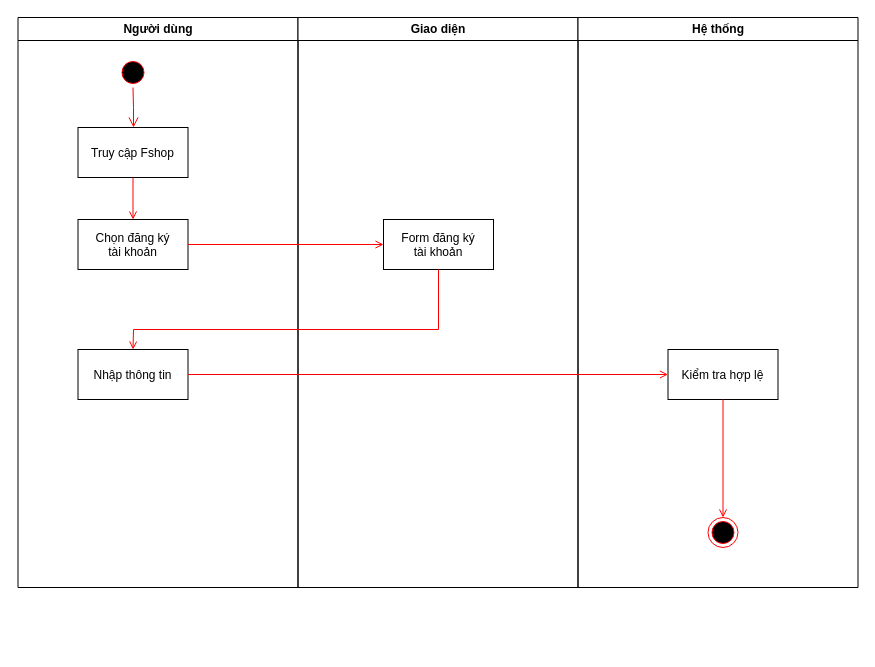
This is ActivityRegister.drawio from NguyenQuocAn99/MyDiagram, a draw.io file, before an edit. Source tidied: cells renumbered, new cells numbered last; positions are measured from the earlier drawing's top-left corner, leaving out a move shared by most shapes. Both pictures are drawn from the tidied source at 100%, with x=0, y=0 at pixel (17, 17).
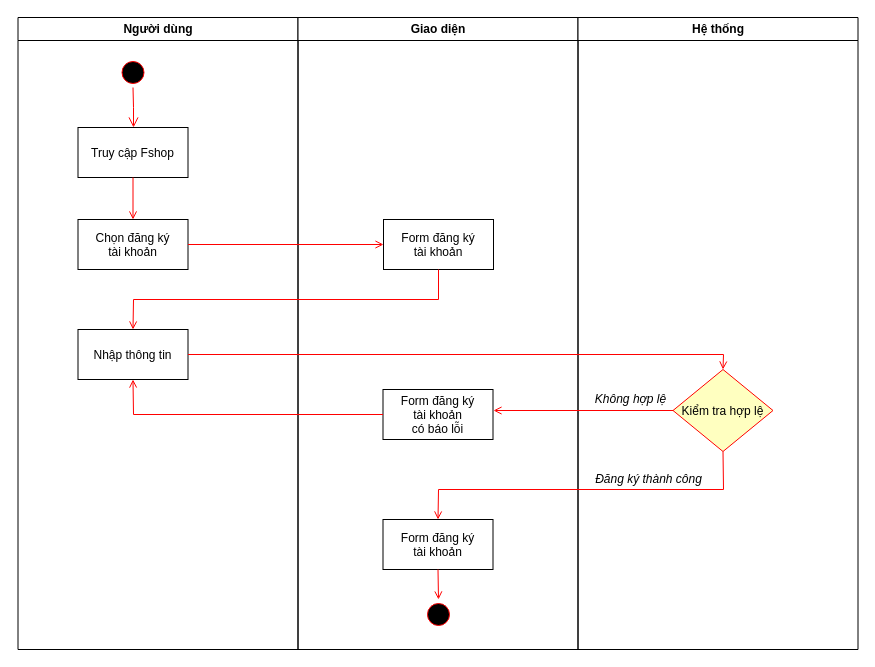
After the change.

Unchanged cells that the change refers to:
```xml
<mxCell id="10" value="Form đăng ký &#10;tài khoản" parent="9" vertex="1">
  <mxGeometry x="85.5" y="202" width="110" height="50" as="geometry" />
</mxCell>
```

Diff of the diagram source:
```diff
@@
     <mxCell id="2" value="Người dùng" style="swimlane;whiteSpace=wrap;" parent="1" vertex="1">
-      <mxGeometry x="0.5" width="280" height="570" as="geometry" />
+      <mxGeometry x="0.5" width="280" height="632" as="geometry" />
     </mxCell>
@@
     <mxCell id="8" value="Nhập thông tin" parent="2" vertex="1">
-      <mxGeometry x="60" y="332" width="110" height="50" as="geometry" />
+      <mxGeometry x="60" y="312" width="110" height="50" as="geometry" />
     </mxCell>
     <mxCell id="9" value="Giao diện" style="swimlane;whiteSpace=wrap;" parent="1" vertex="1">
-      <mxGeometry x="280.5" width="280" height="570" as="geometry" />
+      <mxGeometry x="280.5" width="280" height="632" as="geometry" />
     </mxCell>
@@
+    <mxCell id="18" value="Form đăng ký &#10;tài khoản" parent="9" vertex="1">
+      <mxGeometry x="85" y="502" width="110" height="50" as="geometry" />
+    </mxCell>
+    <mxCell id="19" value="Form đăng ký &#10;tài khoản &#10;có báo lỗi" parent="9" vertex="1">
+      <mxGeometry x="85" y="372" width="110" height="50" as="geometry" />
+    </mxCell>
     <mxCell id="11" value="Hệ thống" style="swimlane;whiteSpace=wrap;" parent="1" vertex="1">
-      <mxGeometry x="560.5" width="280" height="570" as="geometry" />
+      <mxGeometry x="560.5" width="280" height="632" as="geometry" />
     </mxCell>
-    <mxCell id="12" value="Kiểm tra hợp lệ" parent="11" vertex="1">
-      <mxGeometry x="90" y="332" width="110" height="50" as="geometry" />
+    <mxCell id="12" value="Kiểm tra hợp lệ" style="rhombus;fillColor=#ffffc0;strokeColor=#ff0000;" parent="11" vertex="1">
+      <mxGeometry x="95" y="352" width="100" height="82" as="geometry" />
     </mxCell>
-    <mxCell id="13" style="ellipse;shape=endState;fillColor=#000000;strokeColor=#ff0000;" parent="11" vertex="1">
-      <mxGeometry x="130" y="500" width="30" height="30" as="geometry" />
-    </mxCell>
-    <mxCell id="14" style="endArrow=open;strokeColor=#FF0000;endFill=1;rounded=0;" parent="11" edge="1" source="12" target="13">
-      <mxGeometry relative="1" as="geometry" />
-    </mxCell>
@@
     <mxCell id="16" style="endArrow=open;strokeColor=#FF0000;endFill=1;rounded=0;exitX=0.5;exitY=1;exitDx=0;exitDy=0;entryX=0.5;entryY=0;entryDx=0;entryDy=0;" parent="1" edge="1" source="10" target="8">
       <mxGeometry relative="1" as="geometry">
         <Array as="points">
-          <mxPoint x="421" y="312" />
-          <mxPoint x="116" y="312" />
+          <mxPoint x="421" y="282" />
+          <mxPoint x="116" y="282" />
         </Array>
       </mxGeometry>
     </mxCell>
-    <mxCell id="17" style="endArrow=open;strokeColor=#FF0000;endFill=1;rounded=0;entryX=0;entryY=0.5;entryDx=0;entryDy=0;exitX=1;exitY=0.5;exitDx=0;exitDy=0;" parent="1" edge="1" source="8" target="12">
-      <mxGeometry relative="1" as="geometry" />
+    <mxCell id="17" style="endArrow=open;strokeColor=#FF0000;endFill=1;rounded=0;exitX=1;exitY=0.5;exitDx=0;exitDy=0;entryX=0.5;entryY=0;entryDx=0;entryDy=0;" parent="1" edge="1" source="8" target="12">
+      <mxGeometry relative="1" as="geometry">
+        <Array as="points">
+          <mxPoint x="706" y="337" />
+        </Array>
+      </mxGeometry>
     </mxCell>
+    <mxCell id="20" style="endArrow=open;strokeColor=#FF0000;endFill=1;rounded=0;exitX=0;exitY=0.5;exitDx=0;exitDy=0;" parent="1" edge="1" source="12">
+      <mxGeometry relative="1" as="geometry">
+        <mxPoint x="476" y="393" as="targetPoint" />
+      </mxGeometry>
+    </mxCell>
+    <mxCell id="21" value="Không hợp lệ" style="text;html=1;align=center;verticalAlign=middle;strokeColor=none;fontStyle=2;" parent="1" vertex="1">
+      <mxGeometry x="568" y="372" width="90" height="20" as="geometry" />
+    </mxCell>
+    <mxCell id="22" style="endArrow=open;strokeColor=#FF0000;endFill=1;rounded=0;exitX=0.5;exitY=1;exitDx=0;exitDy=0;entryX=0.5;entryY=0;entryDx=0;entryDy=0;" parent="1" edge="1" source="12" target="18">
+      <mxGeometry relative="1" as="geometry">
+        <Array as="points">
+          <mxPoint x="706" y="472" />
+          <mxPoint x="421" y="472" />
+        </Array>
+      </mxGeometry>
+    </mxCell>
+    <mxCell id="23" style="ellipse;shape=startState;fillColor=#000000;strokeColor=#ff0000;" parent="1" vertex="1">
+      <mxGeometry x="406" y="582" width="30" height="30" as="geometry" />
+    </mxCell>
+    <mxCell id="24" style="endArrow=open;strokeColor=#FF0000;endFill=1;rounded=0;exitX=0.5;exitY=1;exitDx=0;exitDy=0;entryX=0.5;entryY=0;entryDx=0;entryDy=0;" parent="1" edge="1" source="18" target="23">
+      <mxGeometry relative="1" as="geometry" />
+    </mxCell>
+    <mxCell id="25" style="endArrow=open;strokeColor=#FF0000;endFill=1;rounded=0;exitX=0;exitY=0.5;exitDx=0;exitDy=0;entryX=0.5;entryY=1;entryDx=0;entryDy=0;" parent="1" edge="1" source="19" target="8">
+      <mxGeometry relative="1" as="geometry">
+        <Array as="points">
+          <mxPoint x="116" y="397" />
+        </Array>
+      </mxGeometry>
+    </mxCell>
+    <mxCell id="26" value="Đăng ký thành công" style="text;html=1;align=center;verticalAlign=middle;strokeColor=none;fontStyle=2;" parent="1" vertex="1">
+      <mxGeometry x="571" y="452" width="120" height="20" as="geometry" />
+    </mxCell>
```
